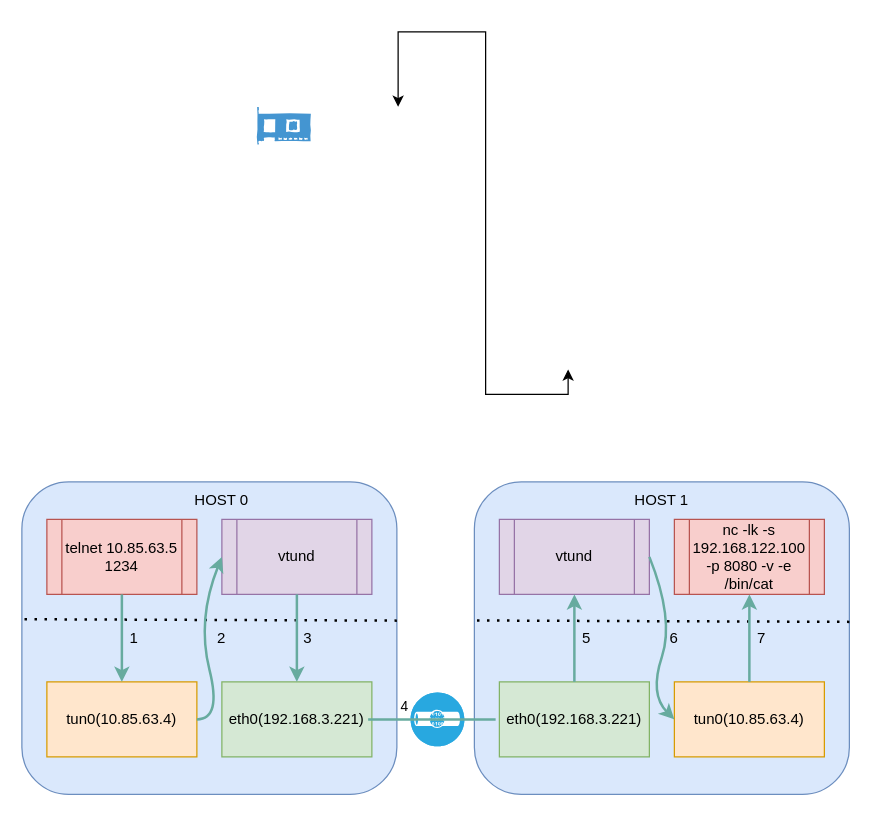
qinxinliang/diagrams keeps this draw.io diagram as tuntap.drawio. Above is the earlier version. Source tidied: cells renumbered, new cells numbered last; positions are measured from the earlier drawing's top-left corner, leaving out a move shared by most shapes. Both pictures are drawn from the tidied source at 125%, with x=0, y=0 at pixel (21, 31).
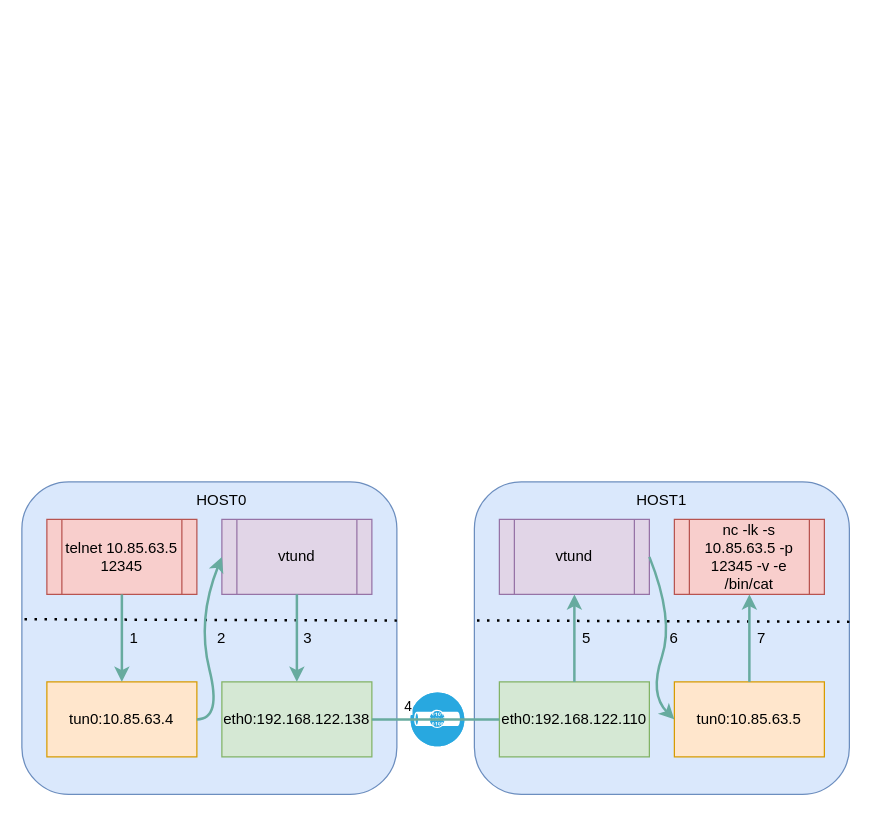
The same diagram, later.

Diff of the diagram source:
```diff
@@
-    <mxCell id="2" style="shadow=0;dashed=0;html=1;strokeColor=none;fillColor=#4495D1;labelPosition=center;verticalLabelPosition=bottom;verticalAlign=top;align=center;shape=mxgraph.veeam.2d.network_card;comic=1;" parent="1" vertex="1">
-      <mxGeometry x="188.2" y="60" width="42.8" height="30" as="geometry" />
-    </mxCell>
-    <mxCell id="3" style="endArrow=classic;startArrow=classic;html=1;rounded=0;strokeColor=#000000;exitX=0.5;exitY=1;exitDx=0;exitDy=0;entryX=0.5;entryY=0;entryDx=0;entryDy=0;" parent="1" edge="1">
-      <mxGeometry relative="1" as="geometry">
-        <mxPoint x="437" y="270" as="sourcePoint" />
-        <mxPoint x="301" y="60" as="targetPoint" />
-        <Array as="points">
-          <mxPoint x="437" y="290" />
-          <mxPoint x="371" y="290" />
-          <mxPoint x="371" />
-          <mxPoint x="341" />
-          <mxPoint x="301" />
-        </Array>
-      </mxGeometry>
-    </mxCell>
@@
-    <mxCell id="6" value="telnet 10.85.63.5 1234" style="shape=process;whiteSpace=wrap;html=1;backgroundOutline=1;fillColor=#f8cecc;strokeColor=#b85450;" parent="1" vertex="1">
+    <mxCell id="6" value="telnet 10.85.63.5 12345" style="shape=process;whiteSpace=wrap;html=1;backgroundOutline=1;fillColor=#f8cecc;strokeColor=#b85450;" parent="1" vertex="1">
       <mxGeometry x="20" y="390" width="120" height="60" as="geometry" />
     </mxCell>
@@
-    <mxCell id="8" value="tun0(10.85.63.4)" style="rounded=0;whiteSpace=wrap;html=1;fillColor=#ffe6cc;strokeColor=#d79b00;" parent="1" vertex="1">
+    <mxCell id="8" value="&lt;font style=&quot;font-size: 12px;&quot;&gt;tun0:10.85.63.4&lt;/font&gt;" style="rounded=0;whiteSpace=wrap;html=1;fillColor=#ffe6cc;strokeColor=#d79b00;" parent="1" vertex="1">
       <mxGeometry x="20" y="520" width="120" height="60" as="geometry" />
     </mxCell>
-    <mxCell id="9" value="eth0(192.168.3.221)" style="rounded=0;whiteSpace=wrap;html=1;fillColor=#d5e8d4;strokeColor=#82b366;" parent="1" vertex="1">
+    <mxCell id="9" value="&lt;font style=&quot;font-size: 12px;&quot;&gt;eth0:192.168.122.138&lt;/font&gt;" style="rounded=0;whiteSpace=wrap;html=1;fillColor=#d5e8d4;strokeColor=#82b366;" parent="1" vertex="1">
       <mxGeometry x="160" y="520" width="120" height="60" as="geometry" />
     </mxCell>
@@
-    <mxCell id="13" value="nc -lk -s 192.168.122.100 -p 8080 -v -e /bin/cat" style="shape=process;whiteSpace=wrap;html=1;backgroundOutline=1;fillColor=#f8cecc;strokeColor=#b85450;" parent="1" vertex="1">
+    <mxCell id="13" value="nc -lk -s 10.85.63.5 -p 12345 -v -e /bin/cat" style="shape=process;whiteSpace=wrap;html=1;backgroundOutline=1;fillColor=#f8cecc;strokeColor=#b85450;" parent="1" vertex="1">
       <mxGeometry x="522" y="390" width="120" height="60" as="geometry" />
     </mxCell>
-    <mxCell id="14" value="&lt;div&gt;eth0(192.168.3.221)&lt;/div&gt;" style="rounded=0;whiteSpace=wrap;html=1;fillColor=#d5e8d4;strokeColor=#82b366;" parent="1" vertex="1">
+    <mxCell id="14" value="&lt;div&gt;&lt;font style=&quot;font-size: 12px;&quot;&gt;eth0:192.168.122.110&lt;/font&gt;&lt;/div&gt;" style="rounded=0;whiteSpace=wrap;html=1;fillColor=#d5e8d4;strokeColor=#82b366;" parent="1" vertex="1">
       <mxGeometry x="382" y="520" width="120" height="60" as="geometry" />
     </mxCell>
-    <mxCell id="15" value="&lt;div&gt;tun0(10.85.63.4)&lt;/div&gt;" style="rounded=0;whiteSpace=wrap;html=1;fillColor=#ffe6cc;strokeColor=#d79b00;" parent="1" vertex="1">
+    <mxCell id="15" value="&lt;div&gt;&lt;font style=&quot;font-size: 12px;&quot;&gt;tun0:10.85.63.5&lt;/font&gt;&lt;/div&gt;" style="rounded=0;whiteSpace=wrap;html=1;fillColor=#ffe6cc;strokeColor=#d79b00;" parent="1" vertex="1">
       <mxGeometry x="522" y="520" width="120" height="60" as="geometry" />
     </mxCell>
@@
     <mxCell id="19" value="4" style="endArrow=none;html=1;rounded=0;strokeColor=#67AB9F;strokeWidth=2;exitX=1;exitY=0.5;exitDx=0;exitDy=0;entryX=0;entryY=0.5;entryDx=0;entryDy=0;" parent="1" edge="1">
       <mxGeometry x="-0.43" y="10" relative="1" as="geometry">
-        <mxPoint x="277" y="550" as="sourcePoint" />
-        <mxPoint x="379" y="550" as="targetPoint" />
+        <mxPoint x="280" y="550" as="sourcePoint" />
+        <mxPoint x="382" y="550" as="targetPoint" />
       </mxGeometry>
     </mxCell>
@@
-    <mxCell id="30" value="HOST 0" style="text;html=1;strokeColor=none;fillColor=none;align=center;verticalAlign=middle;whiteSpace=wrap;rounded=0;" parent="1" vertex="1">
+    <mxCell id="30" value="HOST0" style="text;html=1;strokeColor=none;fillColor=none;align=center;verticalAlign=middle;whiteSpace=wrap;rounded=0;" parent="1" vertex="1">
       <mxGeometry x="130" y="360" width="60" height="30" as="geometry" />
     </mxCell>
-    <mxCell id="31" value="HOST 1" style="text;html=1;strokeColor=none;fillColor=none;align=center;verticalAlign=middle;whiteSpace=wrap;rounded=0;" parent="1" vertex="1">
+    <mxCell id="31" value="HOST1" style="text;html=1;strokeColor=none;fillColor=none;align=center;verticalAlign=middle;whiteSpace=wrap;rounded=0;" parent="1" vertex="1">
       <mxGeometry x="482" y="360" width="60" height="30" as="geometry" />
     </mxCell>
```
